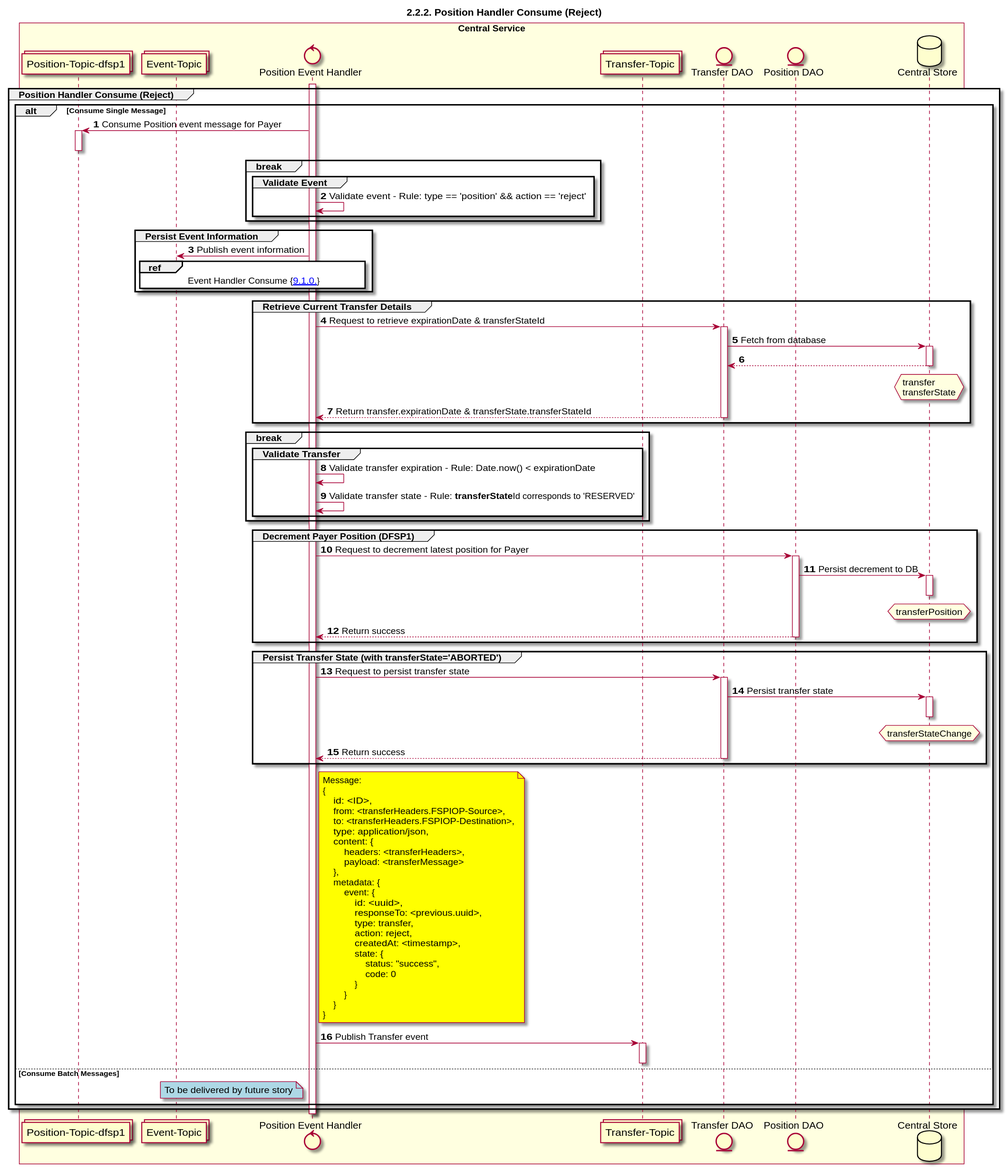
This is Diagrams/SequenceDiagrams/seq-reject-2.2.2.svg from ggrg/docs, a PlantUML export, as it was before one commit. The source it was exported from:
```plantuml
@startuml
title 2.2.2. Position Handler Consume (Reject)

autonumber


collections "Position-Topic-dfsp1" as TOPIC_POSITION_DFSP1
control "Position Event Handler" as POS_HANDLER
collections "Transfer-Topic" as TOPIC_TRANSFERS
collections "Event-Topic" as TOPIC_EVENT
entity "Transfer DAO" as TRANS_DAO
entity "Position DAO" as POS_DAO
database "Central Store" as DB

box "Central Service" #LightYellow
    participant TOPIC_POSITION_DFSP1
    participant TOPIC_EVENT
    participant POS_HANDLER
    participant TOPIC_TRANSFERS
    participant TRANS_DAO
    participant POS_DAO
    participant DB
end box

activate POS_HANDLER
group Position Handler Consume (Reject)
    alt Consume Single Message
        TOPIC_POSITION_DFSP1 <- POS_HANDLER: Consume Position event message for Payer
        activate TOPIC_POSITION_DFSP1
        deactivate TOPIC_POSITION_DFSP1

        break
            group Validate Event
                POS_HANDLER <-> POS_HANDLER: Validate event - Rule: type == 'position' && action == 'reject'
            end
        end

        group Persist Event Information
            POS_HANDLER -> TOPIC_EVENT: Publish event information
	        ref over POS_HANDLER, TOPIC_EVENT :  Event Handler Consume {[[https://github.com/mojaloop/docs/blob/develop/CentralServices/seq_diagrams/seq-event-9.1.0.svg 9.1.0.]]}
        end

        group Retrieve Current Transfer Details
            POS_HANDLER -> TRANS_DAO: Request to retrieve expirationDate & transferStateId
            activate TRANS_DAO
            TRANS_DAO -> DB: Fetch from database
            activate DB
            DB --> TRANS_DAO
            deactivate DB
            hnote over DB #lightyellow
                transfer
                transferState
            end note
            POS_HANDLER <-- TRANS_DAO: Return transfer.expirationDate & transferState.transferStateId
            deactivate TRANS_DAO
        end

        break
            group Validate Transfer
                POS_HANDLER <-> POS_HANDLER: Validate transfer expiration - Rule: Date.now() < expirationDate
                POS_HANDLER <-> POS_HANDLER: Validate transfer state - Rule: **transferState**Id corresponds to 'RESERVED'
            end
        end

        group Decrement Payer Position (DFSP1)
            POS_HANDLER -> POS_DAO: Request to decrement latest position for Payer
            activate POS_DAO
            POS_DAO -> DB: Persist decrement to DB
            activate DB
            deactivate DB
            hnote over DB #lightyellow
                transferPosition
            end note
            POS_DAO --> POS_HANDLER: Return success
            deactivate POS_DAO
        end

        group Persist Transfer State (with transferState='ABORTED')
            POS_HANDLER -> TRANS_DAO: Request to persist transfer state
            activate TRANS_DAO
            TRANS_DAO -> DB: Persist transfer state
            activate DB
            deactivate DB
            hnote over DB #lightyellow
                transferStateChange
            end note
            TRANS_DAO --> POS_HANDLER: Return success
            deactivate TRANS_DAO
        end

        note right of POS_HANDLER #yellow
            Message:
            {
                id: <ID>,
                from: <transferHeaders.FSPIOP-Source>,
                to: <transferHeaders.FSPIOP-Destination>,
                type: application/json,
                content: {
                    headers: <transferHeaders>,
                    payload: <transferMessage>
                },
                metadata: {
                    event: {
                        id: <uuid>,
                        responseTo: <previous.uuid>,
                        type: transfer,
                        action: reject,
                        createdAt: <timestamp>,
                        state: {
                            status: "success",
                            code: 0
                        }
                    }
                }
            }
        end note
        POS_HANDLER -> TOPIC_TRANSFERS: Publish Transfer event
        activate TOPIC_TRANSFERS
        deactivate TOPIC_TRANSFERS

    else Consume Batch Messages
        note left of POS_HANDLER #lightblue
            To be delivered by future story
        end note
    end
end
deactivate POS_HANDLER
@enduml
```
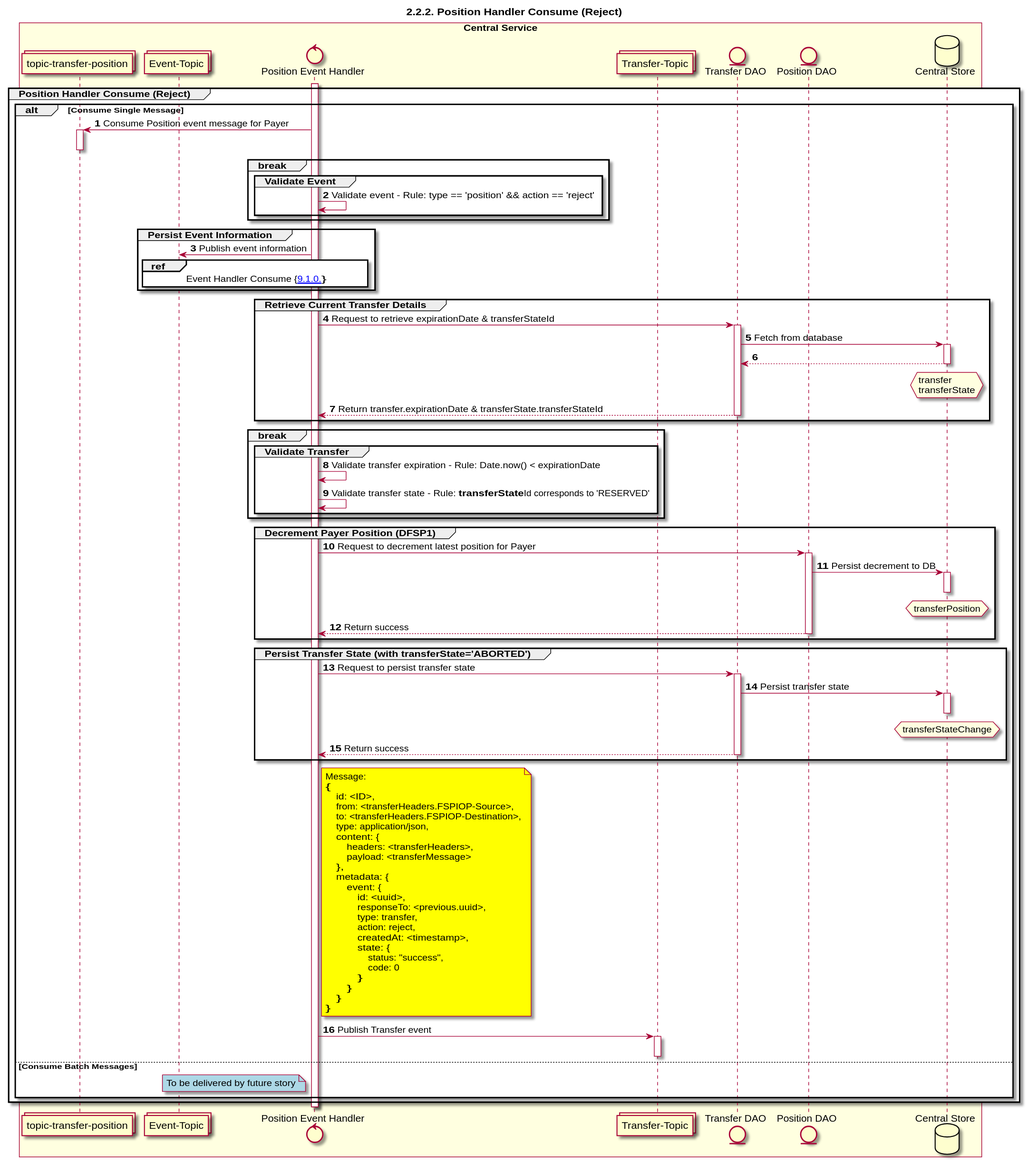
Above is the later version.

Change to the diagram source:
```diff
@@ -4,7 +4,7 @@
 autonumber
 
 
-collections "Position-Topic-dfsp1" as TOPIC_POSITION_DFSP1
+collections "topic-transfer-position" as TOPIC_TRANSFER_POSITION
 control "Position Event Handler" as POS_HANDLER
 collections "Transfer-Topic" as TOPIC_TRANSFERS
 collections "Event-Topic" as TOPIC_EVENT
@@ -13,7 +13,7 @@
 database "Central Store" as DB
 
 box "Central Service" #LightYellow
-    participant TOPIC_POSITION_DFSP1
+    participant TOPIC_TRANSFER_POSITION
     participant TOPIC_EVENT
     participant POS_HANDLER
     participant TOPIC_TRANSFERS
@@ -25,9 +25,9 @@
 activate POS_HANDLER
 group Position Handler Consume (Reject)
     alt Consume Single Message
-        TOPIC_POSITION_DFSP1 <- POS_HANDLER: Consume Position event message for Payer
-        activate TOPIC_POSITION_DFSP1
-        deactivate TOPIC_POSITION_DFSP1
+        TOPIC_TRANSFER_POSITION <- POS_HANDLER: Consume Position event message for Payer
+        activate TOPIC_TRANSFER_POSITION
+        deactivate TOPIC_TRANSFER_POSITION
 
         break
             group Validate Event
```
